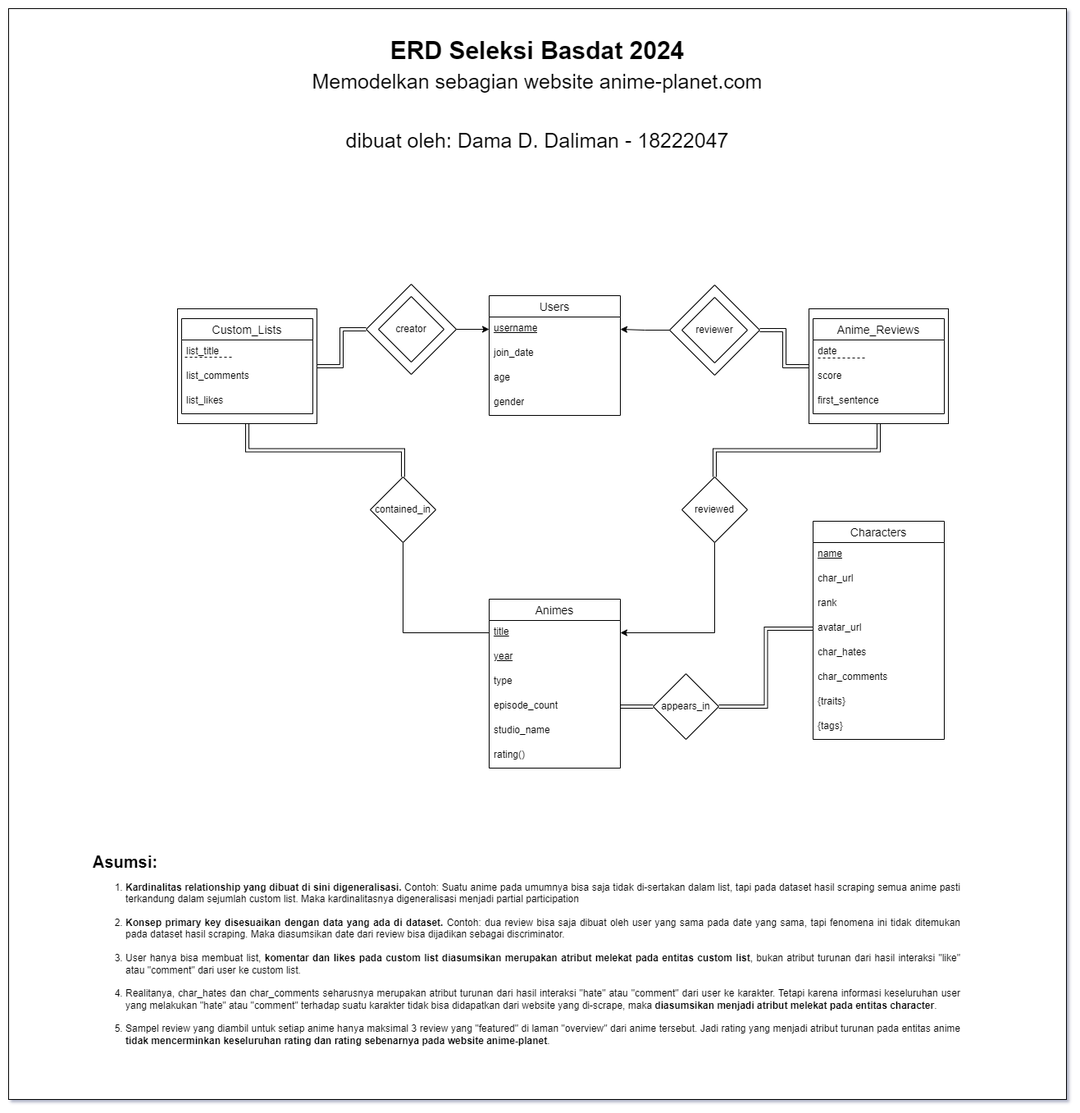
wargabasdat/Seleksi-2024-Tugas-1 keeps this draw.io diagram as Data Storing/design/ERD_Seleksi Basdat_18222047.png. Above is the earlier version. Source tidied: cells renumbered, new cells last; positions are measured from the earlier drawing's top-left corner, leaving out a move shared by most shapes.
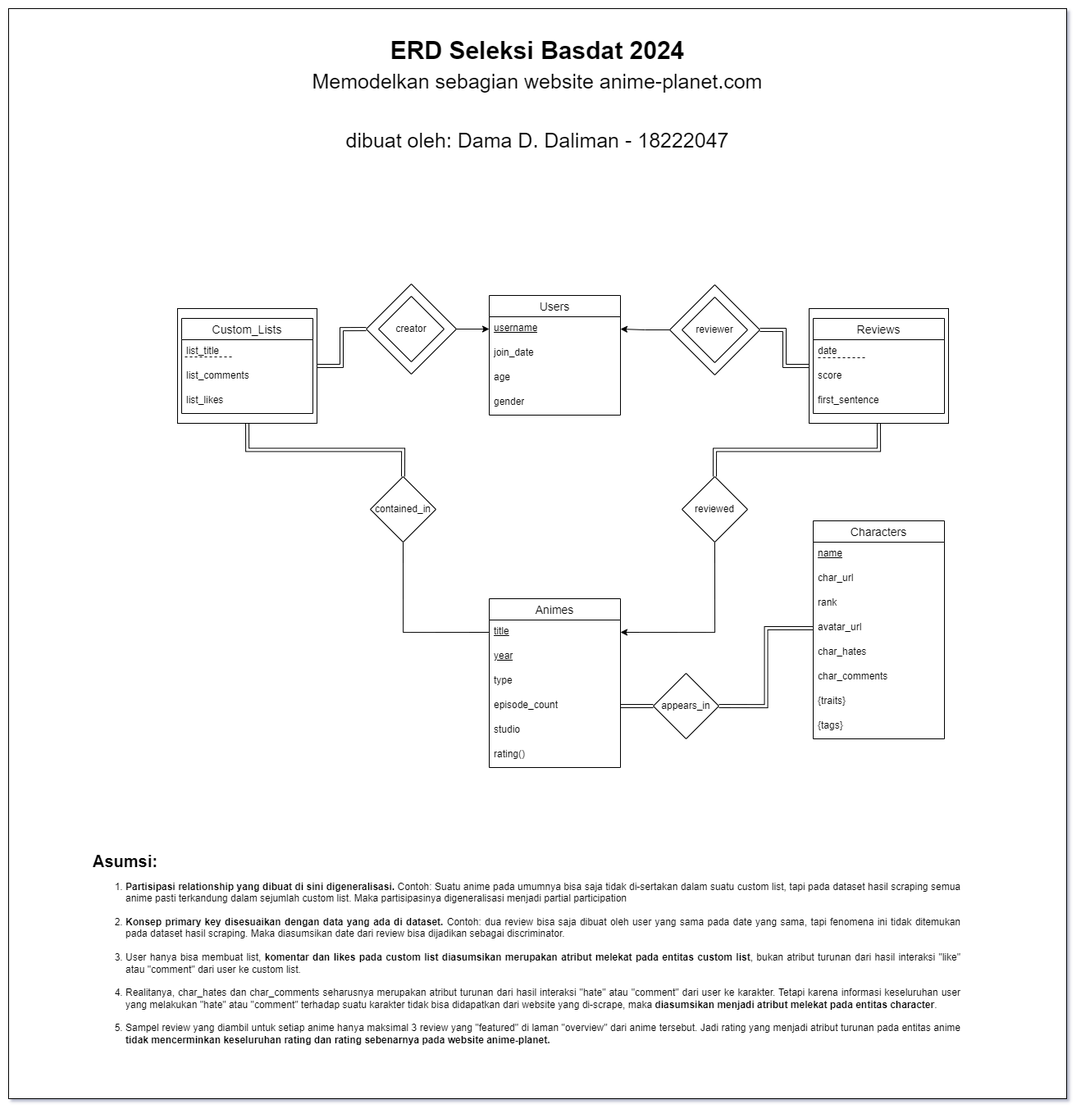
After the change.

What changed in the source:
```diff
@@ -47,7 +47,7 @@
     <mxCell id="16" value="episode_count" style="text;strokeColor=none;fillColor=none;spacingLeft=4;spacingRight=4;overflow=hidden;points=[[0,0.5],[1,0.5]];portConstraint=eastwest;fontSize=12;whiteSpace=wrap;html=1;" parent="12" vertex="1">
       <mxGeometry y="116" width="160" height="30" as="geometry" />
     </mxCell>
-    <mxCell id="17" value="studio_name" style="text;strokeColor=none;fillColor=none;spacingLeft=4;spacingRight=4;overflow=hidden;fontSize=12;whiteSpace=wrap;html=1;" parent="12" vertex="1">
+    <mxCell id="17" value="studio" style="text;strokeColor=none;fillColor=none;spacingLeft=4;spacingRight=4;overflow=hidden;fontSize=12;whiteSpace=wrap;html=1;" parent="12" vertex="1">
       <mxGeometry y="146" width="160" height="30" as="geometry" />
     </mxCell>
     <mxCell id="18" value="rating()" style="text;strokeColor=none;fillColor=none;spacingLeft=4;spacingRight=4;overflow=hidden;fontSize=12;whiteSpace=wrap;html=1;" parent="12" vertex="1">
@@ -98,7 +98,7 @@
     <mxCell id="33" style="edgeStyle=orthogonalEdgeStyle;rounded=0;jettySize=auto;html=1;exitX=1;exitY=0.5;exitDx=0;exitDy=0;entryX=0;entryY=0.5;entryDx=0;entryDy=0;shape=link;" parent="1" edge="1" source="37" target="49">
       <mxGeometry relative="1" as="geometry" />
     </mxCell>
-    <mxCell id="34" value="&lt;b&gt;&lt;font style=&quot;font-size: 20px;&quot;&gt;Asumsi:&lt;/font&gt;&lt;/b&gt;&lt;div&gt;&lt;ol&gt;&lt;li style=&quot;text-align: justify;&quot;&gt;&lt;b style=&quot;background-color: initial;&quot;&gt;Kardinalitas relationship yang dibuat di sini digeneralisasi.&lt;/b&gt;&lt;span style=&quot;background-color: initial;&quot;&gt;&amp;nbsp;Contoh: Suatu anime pada umumnya bisa saja tidak di-sertakan dalam list, tapi pada dataset hasil scraping semua anime pasti terkandung dalam sejumlah custom list. Maka kardinalitasnya digeneralisasi menjadi partial participation&lt;br&gt;&lt;br&gt;&lt;/span&gt;&lt;/li&gt;&lt;li style=&quot;text-align: justify;&quot;&gt;&lt;span style=&quot;background-color: initial;&quot;&gt;&lt;b&gt;Konsep primary key disesuaikan dengan data yang ada di dataset.&lt;/b&gt;&amp;nbsp;Contoh: dua review bisa saja dibuat oleh user yang sama pada date yang sama, tapi fenomena ini tidak ditemukan pada dataset hasil scraping. Maka diasumsikan date dari review bisa dijadikan sebagai discriminator.&lt;br&gt;&lt;br&gt;&lt;/span&gt;&lt;/li&gt;&lt;li style=&quot;text-align: justify;&quot;&gt;User hanya bisa membuat list, &lt;b&gt;komentar dan likes pada custom list diasumsikan merupakan atribut melekat pada entitas custom list&lt;/b&gt;, bukan atribut turunan dari hasil interaksi &quot;like&quot; atau &quot;comment&quot; dari user ke custom list.&lt;br&gt;&lt;br&gt;&lt;/li&gt;&lt;li style=&quot;text-align: justify;&quot;&gt;Realitanya, char_hates dan char_comments seharusnya merupakan atribut turunan dari hasil interaksi &quot;hate&quot; atau &quot;comment&quot; dari user ke karakter. Tetapi karena informasi keseluruhan user yang melakukan &quot;hate&quot; atau &quot;comment&quot; terhadap suatu karakter tidak bisa didapatkan dari website yang di-scrape, maka &lt;b&gt;diasumsikan menjadi atribut melekat pada entitas character&lt;/b&gt;.&lt;br&gt;&lt;br&gt;&lt;/li&gt;&lt;li style=&quot;text-align: justify;&quot;&gt;Sampel review yang diambil untuk setiap anime hanya maksimal 3 review yang &quot;featured&quot; di laman &quot;overview&quot; dari anime tersebut. Jadi rating yang menjadi atribut turunan pada entitas anime &lt;b&gt;tidak mencerminkan keseluruhan rating dan rating sebenarnya pada website anime-planet&lt;/b&gt;.&lt;/li&gt;&lt;/ol&gt;&lt;/div&gt;" style="text;html=1;align=left;verticalAlign=middle;whiteSpace=wrap;rounded=0;labelBorderColor=none;" parent="1" vertex="1">
+    <mxCell id="34" value="&lt;b&gt;&lt;font style=&quot;font-size: 20px;&quot;&gt;Asumsi:&lt;/font&gt;&lt;/b&gt;&lt;div&gt;&lt;ol&gt;&lt;li style=&quot;text-align: justify;&quot;&gt;&lt;b style=&quot;background-color: initial;&quot;&gt;Partisipasi relationship yang dibuat di sini digeneralisasi.&lt;/b&gt;&lt;span style=&quot;background-color: initial;&quot;&gt;&amp;nbsp;Contoh: Suatu anime pada umumnya bisa saja tidak di-sertakan dalam suatu custom list, tapi pada dataset hasil scraping semua anime pasti terkandung dalam sejumlah custom list. Maka partisipasinya digeneralisasi menjadi partial participation&lt;br&gt;&lt;br&gt;&lt;/span&gt;&lt;/li&gt;&lt;li style=&quot;text-align: justify;&quot;&gt;&lt;span style=&quot;background-color: initial;&quot;&gt;&lt;b&gt;Konsep primary key disesuaikan dengan data yang ada di dataset.&lt;/b&gt;&amp;nbsp;Contoh: dua review bisa saja dibuat oleh user yang sama pada date yang sama, tapi fenomena ini tidak ditemukan pada dataset hasil scraping. Maka diasumsikan date dari review bisa dijadikan sebagai discriminator.&lt;br&gt;&lt;br&gt;&lt;/span&gt;&lt;/li&gt;&lt;li style=&quot;text-align: justify;&quot;&gt;User hanya bisa membuat list, &lt;b&gt;komentar dan likes pada custom list diasumsikan merupakan atribut melekat pada entitas custom list&lt;/b&gt;, bukan atribut turunan dari hasil interaksi &quot;like&quot; atau &quot;comment&quot; dari user ke custom list.&lt;br&gt;&lt;br&gt;&lt;/li&gt;&lt;li style=&quot;text-align: justify;&quot;&gt;Realitanya, char_hates dan char_comments seharusnya merupakan atribut turunan dari hasil interaksi &quot;hate&quot; atau &quot;comment&quot; dari user ke karakter. Tetapi karena informasi keseluruhan user yang melakukan &quot;hate&quot; atau &quot;comment&quot; terhadap suatu karakter tidak bisa didapatkan dari website yang di-scrape, maka &lt;b&gt;diasumsikan menjadi atribut melekat pada entitas character&lt;/b&gt;.&lt;br&gt;&lt;br&gt;&lt;/li&gt;&lt;li style=&quot;text-align: justify;&quot;&gt;Sampel review yang diambil untuk setiap anime hanya maksimal 3 review yang &quot;featured&quot; di laman &quot;overview&quot; dari anime tersebut. Jadi rating yang menjadi atribut turunan pada entitas anime &lt;b&gt;tidak mencerminkan keseluruhan rating dan rating sebenarnya pada website anime-planet.&lt;/b&gt;&lt;/li&gt;&lt;/ol&gt;&lt;/div&gt;" style="text;html=1;align=left;verticalAlign=middle;whiteSpace=wrap;rounded=0;labelBorderColor=none;" parent="1" vertex="1">
       <mxGeometry x="101" y="1026" width="1060" height="254" as="geometry" />
     </mxCell>
     <mxCell id="35" value="&lt;b&gt;ERD Seleksi Basdat 2024&lt;/b&gt;&lt;br style=&quot;font-size: 30px;&quot;&gt;&lt;font style=&quot;font-size: 25px;&quot;&gt;&lt;font style=&quot;font-size: 25px;&quot;&gt;Memodelkan sebagian website anime-planet.com&lt;br style=&quot;&quot;&gt;&lt;/font&gt;&lt;br style=&quot;&quot;&gt;dibuat oleh: Dama D. Daliman - 18222047&lt;/font&gt;" style="text;align=center;verticalAlign=middle;rounded=0;labelBorderColor=none;spacingTop=0;whiteSpace=wrap;html=1;fontSize=30;" parent="1" vertex="1">
@@ -149,7 +149,7 @@
     <mxCell id="49" style="rounded=0;whiteSpace=wrap;html=1;fillColor=none;" parent="48" vertex="1">
       <mxGeometry width="170" height="140" as="geometry" />
     </mxCell>
-    <mxCell id="50" value="Anime_Reviews" style="swimlane;fontStyle=0;horizontal=1;startSize=26;align=center;fontSize=14;" parent="48" vertex="1">
+    <mxCell id="50" value="Reviews" style="swimlane;fontStyle=0;horizontal=1;startSize=26;align=center;fontSize=14;" parent="48" vertex="1">
       <mxGeometry x="5" y="12" width="160" height="116" as="geometry" />
     </mxCell>
     <mxCell id="51" value="date" style="text;strokeColor=none;fillColor=none;spacingLeft=4;spacingRight=4;overflow=hidden;fontSize=12;whiteSpace=wrap;html=1;fontStyle=0;" parent="50" vertex="1">
```
